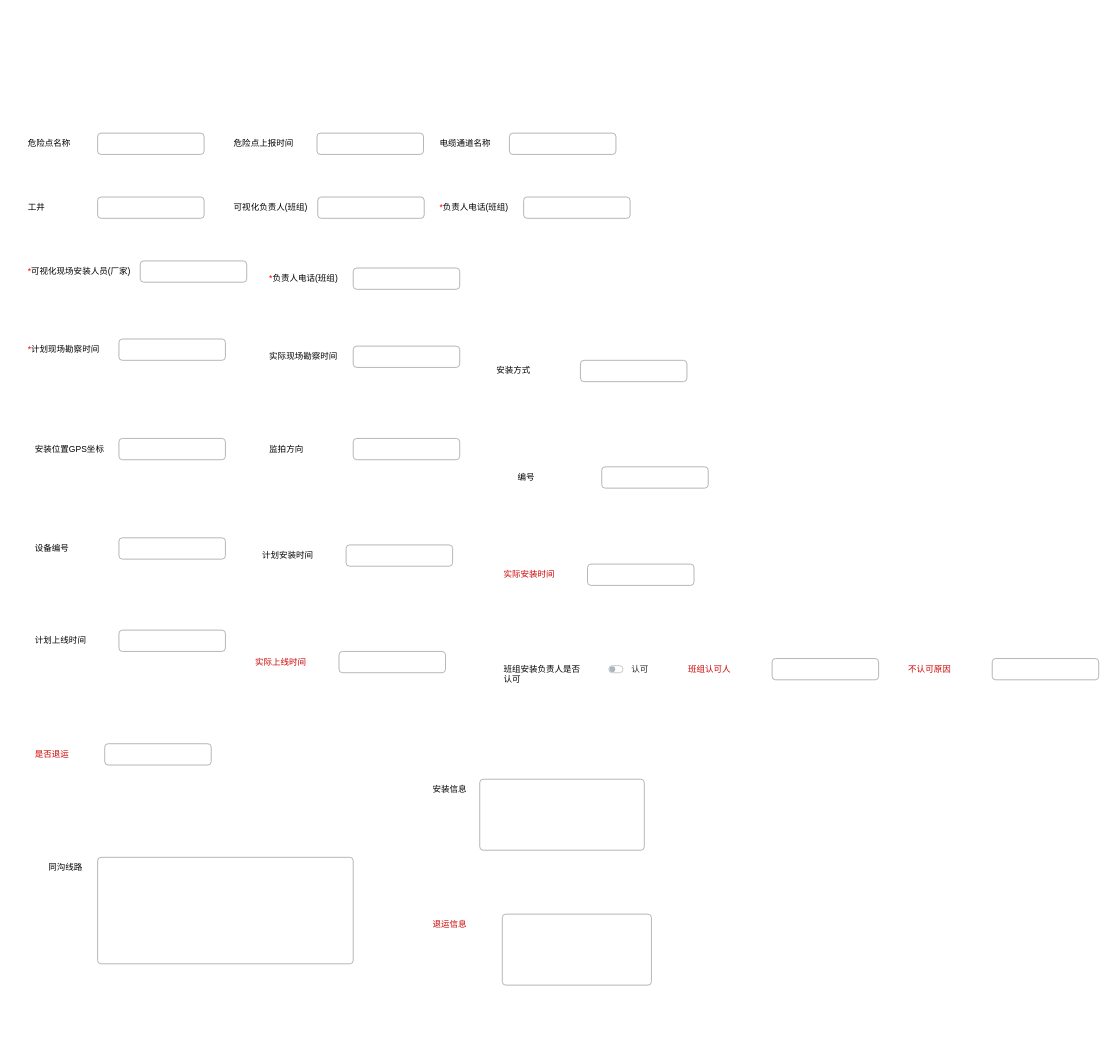
Earlier version of the draw.io diagram 济南电缆.drawio (zm52hz/test1). Source tidied: cells renumbered, new cells numbered last; positions are measured from the earlier drawing's top-left corner, leaving out a move shared by most shapes. Both pictures are drawn from the tidied source at 71%, with x=0, y=0 at pixel (26, 55).
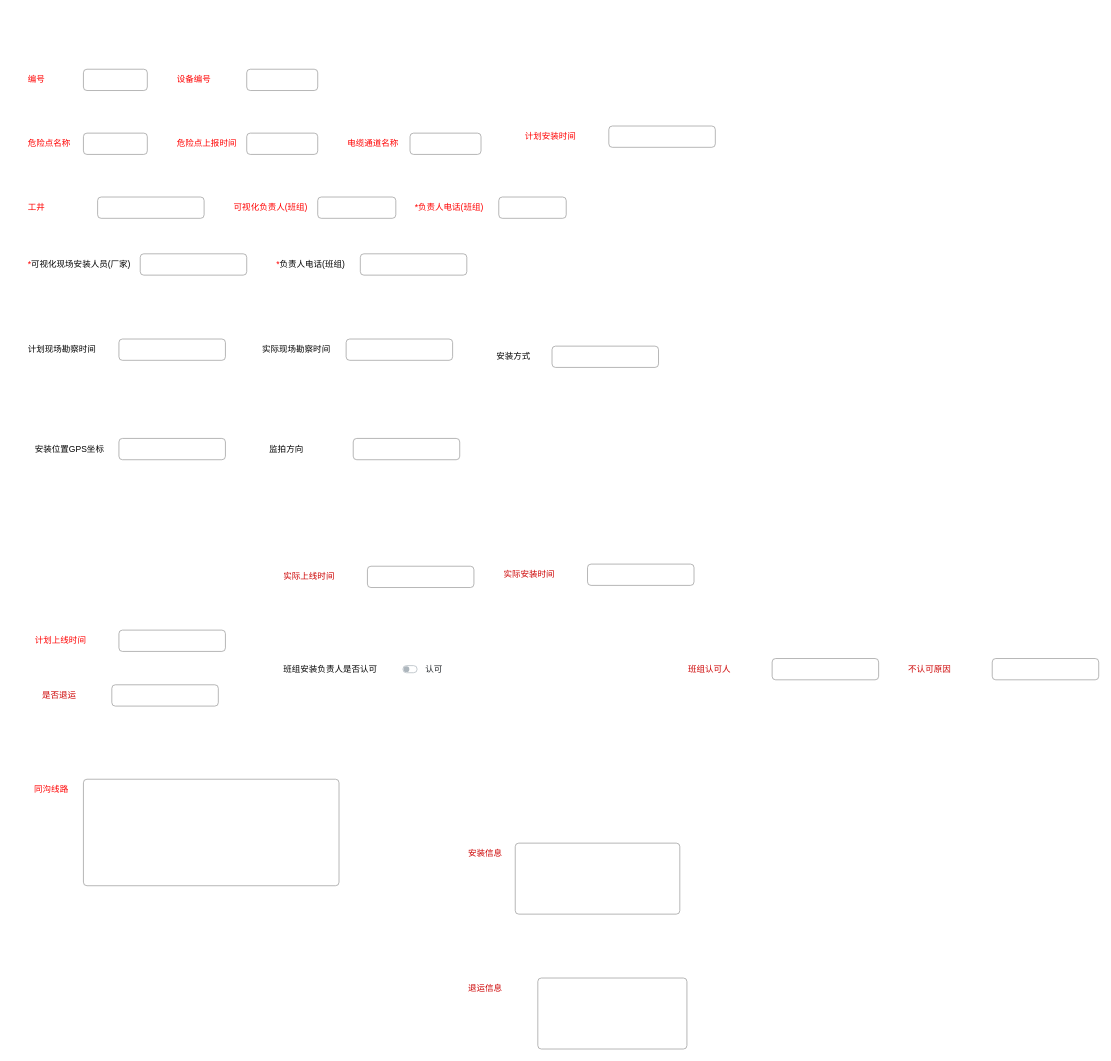
The same diagram, later.

Commit message (it also covers changes not shown here):
更新济南电缆.drawio

Unchanged cells that the change refers to:
```xml
<mxCell id="2" style="group;" parent="1" vertex="1">
  <mxGeometry y="90" width="180" height="140" as="geometry" />
</mxCell>
<mxCell id="11" style="group;" parent="1" vertex="1">
  <mxGeometry x="580" y="90" width="200" height="140" as="geometry" />
</mxCell>
<mxCell id="17" style="group;" parent="1" vertex="1">
  <mxGeometry x="290" width="199" height="140" as="geometry" />
</mxCell>
<mxCell id="20" style="group;" parent="1" vertex="1">
  <mxGeometry width="180" height="140" as="geometry" />
</mxCell>
<mxCell id="26" style="group;" parent="1" vertex="1">
  <mxGeometry x="570" y="910" width="300" height="210" as="geometry" />
</mxCell>
<mxCell id="58" style="group;" parent="1" vertex="1">
  <mxGeometry x="20" y="730" width="200" height="140" as="geometry" />
</mxCell>
<mxCell id="64" style="group;" parent="1" vertex="1">
  <mxGeometry x="680" y="777" width="200" height="140" as="geometry" />
</mxCell>
```

What changed in the source:
```diff
@@
-    <mxCell id="3" value="工井" style="text;html=1;strokeColor=none;fillColor=none;align=left;verticalAlign=middle;whiteSpace=wrap;rounded=0;" parent="2" vertex="1">
+    <mxCell id="3" value="工井" style="text;html=1;strokeColor=none;fillColor=none;align=left;verticalAlign=middle;whiteSpace=wrap;rounded=0;fontColor=#FF0000;" parent="2" vertex="1">
       <mxGeometry y="110" width="110" height="30" as="geometry" />
     </mxCell>
@@
     <mxCell id="5" style="group;" parent="1" vertex="1">
-      <mxGeometry x="290" y="90" width="200" height="140" as="geometry" />
+      <mxGeometry x="290" y="90" width="230" height="140" as="geometry" />
     </mxCell>
-    <mxCell id="6" value="可视化负责人(班组)" style="text;html=1;strokeColor=none;fillColor=none;align=left;verticalAlign=middle;whiteSpace=wrap;rounded=0;" parent="5" vertex="1">
+    <mxCell id="6" value="可视化负责人(班组)" style="text;html=1;strokeColor=none;fillColor=none;align=left;verticalAlign=middle;whiteSpace=wrap;rounded=0;fontColor=#FF0000;" parent="5" vertex="1">
       <mxGeometry y="110" width="110" height="30" as="geometry" />
     </mxCell>
     <mxCell id="7" style="html=1;shadow=0;dashed=0;shape=mxgraph.bootstrap.rrect;rSize=5;fillColor=none;strokeColor=#999999;align=left;spacing=15;fontSize=14;fontColor=#6C767D;" parent="5" vertex="1">
-      <mxGeometry x="120" y="110" width="150" height="30" as="geometry">
+      <mxGeometry x="120" y="110" width="110" height="30" as="geometry">
         <mxPoint x="-70" y="-110" as="offset" />
       </mxGeometry>
     </mxCell>
     <mxCell id="8" style="group;" parent="1" vertex="1">
-      <mxGeometry x="340" y="190" width="200" height="140" as="geometry" />
+      <mxGeometry x="350" y="170" width="200" height="140" as="geometry" />
     </mxCell>
@@
-    <mxCell id="12" value="&lt;font color=&quot;#ff0000&quot;&gt;*&lt;/font&gt;负责人电话(班组)" style="text;html=1;strokeColor=none;fillColor=none;align=left;verticalAlign=middle;whiteSpace=wrap;rounded=0;" parent="11" vertex="1">
-      <mxGeometry y="110" width="110" height="30" as="geometry" />
+    <mxCell id="12" value="&lt;font&gt;*&lt;/font&gt;负责人电话(班组)" style="text;html=1;strokeColor=none;fillColor=none;align=left;verticalAlign=middle;whiteSpace=wrap;rounded=0;fontColor=#FF0000;" parent="11" vertex="1">
+      <mxGeometry x="-35" y="110" width="110" height="30" as="geometry" />
     </mxCell>
     <mxCell id="13" style="html=1;shadow=0;dashed=0;shape=mxgraph.bootstrap.rrect;rSize=5;fillColor=none;strokeColor=#999999;align=left;spacing=15;fontSize=14;fontColor=#6C767D;" parent="11" vertex="1">
-      <mxGeometry x="120" y="110" width="150" height="30" as="geometry">
+      <mxGeometry x="85" y="110" width="95" height="30" as="geometry">
         <mxPoint x="-70" y="-110" as="offset" />
       </mxGeometry>
     </mxCell>
-    <mxCell id="14" style="group;" parent="1" vertex="1">
-      <mxGeometry x="580" width="180" height="140" as="geometry" />
-    </mxCell>
-    <mxCell id="15" value="电缆通道名称" style="text;html=1;strokeColor=none;fillColor=none;align=left;verticalAlign=middle;whiteSpace=wrap;rounded=0;" parent="14" vertex="1">
-      <mxGeometry y="110" width="110" height="30" as="geometry" />
-    </mxCell>
-    <mxCell id="16" style="html=1;shadow=0;dashed=0;shape=mxgraph.bootstrap.rrect;rSize=5;fillColor=none;strokeColor=#999999;align=left;spacing=15;fontSize=14;fontColor=#6C767D;" parent="14" vertex="1">
-      <mxGeometry x="100" y="110" width="150" height="30" as="geometry">
+    <mxCell id="16" style="html=1;shadow=0;dashed=0;shape=mxgraph.bootstrap.rrect;rSize=5;fillColor=none;strokeColor=#999999;align=left;spacing=15;fontSize=14;fontColor=#6C767D;" parent="11" vertex="1">
+      <mxGeometry x="-40" y="20" width="100" height="30" as="geometry">
         <mxPoint x="-70" y="-110" as="offset" />
       </mxGeometry>
     </mxCell>
@@
-    <mxCell id="18" value="危险点上报时间" style="text;html=1;strokeColor=none;fillColor=none;align=left;verticalAlign=middle;whiteSpace=wrap;rounded=0;" parent="17" vertex="1">
-      <mxGeometry y="110" width="110" height="30" as="geometry" />
-    </mxCell>
     <mxCell id="19" style="html=1;shadow=0;dashed=0;shape=mxgraph.bootstrap.rrect;rSize=5;fillColor=none;strokeColor=#999999;align=left;spacing=15;fontSize=14;fontColor=#6C767D;" parent="17" vertex="1">
-      <mxGeometry x="119" y="110" width="150" height="30" as="geometry">
+      <mxGeometry x="20" y="110" width="100" height="30" as="geometry">
         <mxPoint x="-70" y="-110" as="offset" />
       </mxGeometry>
     </mxCell>
+    <mxCell id="44" style="group;" parent="17" vertex="1">
+      <mxGeometry x="-70" y="-60" width="200" height="140" as="geometry" />
+    </mxCell>
+    <mxCell id="45" value="设备编号" style="text;html=1;strokeColor=none;fillColor=none;align=left;verticalAlign=middle;whiteSpace=wrap;rounded=0;fontColor=#FF0000;" parent="44" vertex="1">
+      <mxGeometry x="-10" y="80" width="110" height="30" as="geometry" />
+    </mxCell>
+    <mxCell id="46" style="html=1;shadow=0;dashed=0;shape=mxgraph.bootstrap.rrect;rSize=5;fillColor=none;strokeColor=#999999;align=left;spacing=15;fontSize=14;fontColor=#6C767D;" parent="44" vertex="1">
+      <mxGeometry x="90" y="80" width="100" height="30" as="geometry">
+        <mxPoint x="-70" y="-110" as="offset" />
+      </mxGeometry>
+    </mxCell>
@@
-    <mxCell id="21" value="危险点名称" style="text;html=1;strokeColor=none;fillColor=none;align=left;verticalAlign=middle;whiteSpace=wrap;rounded=0;" parent="20" vertex="1">
+    <mxCell id="21" value="&lt;font color=&quot;#ff0000&quot;&gt;危险点名称&lt;/font&gt;" style="text;html=1;strokeColor=none;fillColor=none;align=left;verticalAlign=middle;whiteSpace=wrap;rounded=0;" parent="20" vertex="1">
       <mxGeometry y="110" width="110" height="30" as="geometry" />
     </mxCell>
     <mxCell id="22" value="&lt;br&gt;" style="html=1;shadow=0;dashed=0;shape=mxgraph.bootstrap.rrect;rSize=5;fillColor=none;strokeColor=#999999;align=left;spacing=15;fontSize=14;fontColor=#6C767D;" parent="20" vertex="1">
-      <mxGeometry x="100" y="110" width="150" height="30" as="geometry">
+      <mxGeometry x="80" y="110" width="90" height="30" as="geometry">
         <mxPoint x="-70" y="-110" as="offset" />
       </mxGeometry>
     </mxCell>
     <mxCell id="23" style="group;" parent="1" vertex="1">
-      <mxGeometry y="180" width="240" height="140" as="geometry" />
+      <mxGeometry x="700" y="30" width="270" height="140" as="geometry" />
     </mxCell>
-    <mxCell id="24" value="&lt;font color=&quot;#ff0000&quot;&gt;*&lt;/font&gt;可视化现场安装人员(厂家)" style="text;html=1;strokeColor=none;fillColor=none;align=left;verticalAlign=middle;whiteSpace=wrap;rounded=0;" parent="23" vertex="1">
-      <mxGeometry y="110" width="150" height="30" as="geometry" />
-    </mxCell>
-    <mxCell id="25" style="html=1;shadow=0;dashed=0;shape=mxgraph.bootstrap.rrect;rSize=5;fillColor=none;strokeColor=#999999;align=left;spacing=15;fontSize=14;fontColor=#6C767D;" parent="23" vertex="1">
-      <mxGeometry x="160" y="110" width="150" height="30" as="geometry">
-        <mxPoint x="-70" y="-110" as="offset" />
-      </mxGeometry>
-    </mxCell>
+    <mxCell id="51" value="计划安装时间" style="text;html=1;strokeColor=none;fillColor=none;align=left;verticalAlign=middle;whiteSpace=wrap;rounded=0;fontColor=#FF0000;" parent="23" vertex="1">
+      <mxGeometry y="70" width="110" height="30" as="geometry" />
+    </mxCell>
+    <mxCell id="52" style="html=1;shadow=0;dashed=0;shape=mxgraph.bootstrap.rrect;rSize=5;fillColor=none;strokeColor=#999999;align=left;spacing=15;fontSize=14;fontColor=#6C767D;" parent="23" vertex="1">
+      <mxGeometry x="120" y="70" width="150" height="30" as="geometry">
+        <mxPoint x="-70" y="-110" as="offset" />
+      </mxGeometry>
+    </mxCell>
@@
-    <mxCell id="27" value="安装信息" style="text;html=1;strokeColor=none;fillColor=none;align=left;verticalAlign=middle;whiteSpace=wrap;rounded=0;" parent="26" vertex="1">
-      <mxGeometry y="110" width="62.6" height="30" as="geometry" />
+    <mxCell id="27" value="安装信息" style="text;html=1;strokeColor=none;fillColor=none;align=left;verticalAlign=middle;whiteSpace=wrap;rounded=0;fontColor=#CC0000;" parent="26" vertex="1">
+      <mxGeometry x="50" y="200" width="62.6" height="30" as="geometry" />
     </mxCell>
     <mxCell id="28" style="html=1;shadow=0;dashed=0;shape=mxgraph.bootstrap.rrect;rSize=5;fillColor=none;strokeColor=#999999;align=left;spacing=15;fontSize=14;fontColor=#6C767D;" parent="26" vertex="1">
-      <mxGeometry x="68.2" y="110" width="231.8" height="100" as="geometry">
+      <mxGeometry x="118.2" y="200" width="231.8" height="100" as="geometry">
         <mxPoint x="-70" y="-110" as="offset" />
       </mxGeometry>
     </mxCell>
     <mxCell id="29" style="group;" parent="1" vertex="1">
-      <mxGeometry x="10" y="290" width="200" height="140" as="geometry" />
+      <mxGeometry x="10" y="290" width="270" height="140" as="geometry" />
     </mxCell>
-    <mxCell id="30" value="&lt;font color=&quot;#ff0000&quot;&gt;*&lt;/font&gt;计划现场勘察时间" style="text;html=1;strokeColor=none;fillColor=none;align=left;verticalAlign=middle;whiteSpace=wrap;rounded=0;" parent="29" vertex="1">
+    <mxCell id="30" value="计划现场勘察时间" style="text;html=1;strokeColor=none;fillColor=none;align=left;verticalAlign=middle;whiteSpace=wrap;rounded=0;" parent="29" vertex="1">
       <mxGeometry x="-10" y="110" width="110" height="30" as="geometry" />
     </mxCell>
@@
+    <mxCell id="77" style="group;" parent="29" vertex="1">
+      <mxGeometry x="-10" y="-120" width="240" height="140" as="geometry" />
+    </mxCell>
+    <mxCell id="24" value="&lt;font color=&quot;#ff0000&quot;&gt;*&lt;/font&gt;可视化现场安装人员(厂家)" style="text;html=1;strokeColor=none;fillColor=none;align=left;verticalAlign=middle;whiteSpace=wrap;rounded=0;" parent="77" vertex="1">
+      <mxGeometry y="110" width="150" height="30" as="geometry" />
+    </mxCell>
+    <mxCell id="25" style="html=1;shadow=0;dashed=0;shape=mxgraph.bootstrap.rrect;rSize=5;fillColor=none;strokeColor=#999999;align=left;spacing=15;fontSize=14;fontColor=#6C767D;" parent="77" vertex="1">
+      <mxGeometry x="160" y="110" width="150" height="30" as="geometry">
+        <mxPoint x="-70" y="-110" as="offset" />
+      </mxGeometry>
+    </mxCell>
     <mxCell id="32" style="group;" parent="1" vertex="1">
-      <mxGeometry x="340" y="300" width="200" height="140" as="geometry" />
+      <mxGeometry x="330" y="290" width="200" height="140" as="geometry" />
     </mxCell>
@@
     <mxCell id="41" style="group;" parent="1" vertex="1">
-      <mxGeometry x="670" y="350" width="200" height="140" as="geometry" />
+      <mxGeometry x="670" y="330" width="200" height="140" as="geometry" />
     </mxCell>
@@
     <mxCell id="43" style="html=1;shadow=0;dashed=0;shape=mxgraph.bootstrap.rrect;rSize=5;fillColor=none;strokeColor=#999999;align=left;spacing=15;fontSize=14;fontColor=#6C767D;" parent="41" vertex="1">
-      <mxGeometry x="110" y="80" width="150" height="30" as="geometry">
+      <mxGeometry x="70" y="80" width="150" height="30" as="geometry">
         <mxPoint x="-70" y="-110" as="offset" />
       </mxGeometry>
     </mxCell>
-    <mxCell id="44" style="group;" parent="1" vertex="1">
-      <mxGeometry x="20" y="600" width="200" height="140" as="geometry" />
-    </mxCell>
-    <mxCell id="45" value="设备编号" style="text;html=1;strokeColor=none;fillColor=none;align=left;verticalAlign=middle;whiteSpace=wrap;rounded=0;" parent="44" vertex="1">
-      <mxGeometry x="-10" y="80" width="110" height="30" as="geometry" />
-    </mxCell>
-    <mxCell id="46" style="html=1;shadow=0;dashed=0;shape=mxgraph.bootstrap.rrect;rSize=5;fillColor=none;strokeColor=#999999;align=left;spacing=15;fontSize=14;fontColor=#6C767D;" parent="44" vertex="1">
-      <mxGeometry x="110" y="80" width="150" height="30" as="geometry">
-        <mxPoint x="-70" y="-110" as="offset" />
-      </mxGeometry>
-    </mxCell>
@@
-    <mxCell id="50" style="group;" parent="1" vertex="1">
-      <mxGeometry x="340" y="610" width="200" height="140" as="geometry" />
-    </mxCell>
-    <mxCell id="51" value="计划安装时间" style="text;html=1;strokeColor=none;fillColor=none;align=left;verticalAlign=middle;whiteSpace=wrap;rounded=0;" parent="50" vertex="1">
-      <mxGeometry x="-10" y="80" width="110" height="30" as="geometry" />
-    </mxCell>
-    <mxCell id="52" style="html=1;shadow=0;dashed=0;shape=mxgraph.bootstrap.rrect;rSize=5;fillColor=none;strokeColor=#999999;align=left;spacing=15;fontSize=14;fontColor=#6C767D;" parent="50" vertex="1">
-      <mxGeometry x="110" y="80" width="150" height="30" as="geometry">
-        <mxPoint x="-70" y="-110" as="offset" />
-      </mxGeometry>
-    </mxCell>
-    <mxCell id="53" style="group;" parent="1" vertex="1">
-      <mxGeometry x="700" y="500" width="200" height="140" as="geometry" />
-    </mxCell>
-    <mxCell id="54" value="编号" style="text;html=1;strokeColor=none;fillColor=none;align=left;verticalAlign=middle;whiteSpace=wrap;rounded=0;" parent="53" vertex="1">
-      <mxGeometry x="-10" y="80" width="110" height="30" as="geometry" />
-    </mxCell>
-    <mxCell id="55" style="html=1;shadow=0;dashed=0;shape=mxgraph.bootstrap.rrect;rSize=5;fillColor=none;strokeColor=#999999;align=left;spacing=15;fontSize=14;fontColor=#6C767D;" parent="53" vertex="1">
-      <mxGeometry x="110" y="80" width="150" height="30" as="geometry">
-        <mxPoint x="-70" y="-110" as="offset" />
-      </mxGeometry>
-    </mxCell>
-    <mxCell id="56" value="同沟线路" style="text;html=1;strokeColor=none;fillColor=none;align=center;verticalAlign=middle;whiteSpace=wrap;rounded=0;" parent="1" vertex="1">
-      <mxGeometry y="1130" width="110" height="30" as="geometry" />
-    </mxCell>
-    <mxCell id="57" style="html=1;shadow=0;dashed=0;shape=mxgraph.bootstrap.rrect;rSize=5;fillColor=none;strokeColor=#999999;align=left;spacing=15;fontSize=14;fontColor=#6C767D;" parent="1" vertex="1">
-      <mxGeometry x="100" y="1130" width="360" height="150" as="geometry">
-        <mxPoint x="-70" y="-110" as="offset" />
-      </mxGeometry>
-    </mxCell>
@@
-    <mxCell id="59" value="计划上线时间" style="text;html=1;strokeColor=none;fillColor=none;align=left;verticalAlign=middle;whiteSpace=wrap;rounded=0;" parent="58" vertex="1">
+    <mxCell id="59" value="计划上线时间" style="text;html=1;strokeColor=none;fillColor=none;align=left;verticalAlign=middle;whiteSpace=wrap;rounded=0;fontColor=#FF0000;" parent="58" vertex="1">
       <mxGeometry x="-10" y="80" width="110" height="30" as="geometry" />
     </mxCell>
@@
     <mxCell id="61" style="group;" parent="1" vertex="1">
-      <mxGeometry x="330" y="760" width="200" height="140" as="geometry" />
+      <mxGeometry x="370" y="640" width="200" height="140" as="geometry" />
     </mxCell>
@@
     <mxCell id="65" style="group;" parent="64" vertex="1">
-      <mxGeometry x="-10" y="80" width="170" height="30" as="geometry" />
+      <mxGeometry x="-320" y="73" width="170" height="30" as="geometry" />
     </mxCell>
     <mxCell id="66" value="班组安装负责人是否认可" style="text;html=1;strokeColor=none;fillColor=none;align=left;verticalAlign=middle;whiteSpace=wrap;rounded=0;" parent="65" vertex="1">
-      <mxGeometry width="110" height="30" as="geometry" />
+      <mxGeometry width="150" height="30" as="geometry" />
     </mxCell>
-    <mxCell id="67" value="认可" style="html=1;shadow=0;dashed=0;shape=mxgraph.bootstrap.switch;strokeColor=#ADB6BD;strokeWidth=1;fillColor=#ffffff;fontColor=#212529;onStrokeColor=#ffffff;onFillColor=#0085FC;align=left;verticalAlign=middle;spacingLeft=10;labelPosition=right;verticalLabelPosition=middle;buttonState=0;sketch=0;" parent="65" vertex="1">
-      <mxGeometry x="150" y="3" width="20" height="10" as="geometry" />
-    </mxCell>
@@
     <mxCell id="72" value="&lt;font color=&quot;#cc0000&quot;&gt;是否退运&lt;/font&gt;" style="text;html=1;strokeColor=none;fillColor=none;align=left;verticalAlign=middle;whiteSpace=wrap;rounded=0;" parent="1" vertex="1">
-      <mxGeometry x="10" y="970" width="110" height="30" as="geometry" />
+      <mxGeometry x="20" y="887" width="110" height="30" as="geometry" />
     </mxCell>
     <mxCell id="73" style="html=1;shadow=0;dashed=0;shape=mxgraph.bootstrap.rrect;rSize=5;fillColor=none;strokeColor=#999999;align=left;spacing=15;fontSize=14;fontColor=#6C767D;" parent="1" vertex="1">
-      <mxGeometry x="110" y="970" width="150" height="30" as="geometry">
+      <mxGeometry x="120" y="887" width="150" height="30" as="geometry">
         <mxPoint x="-70" y="-110" as="offset" />
       </mxGeometry>
     </mxCell>
     <mxCell id="74" style="group;" parent="1" vertex="1">
-      <mxGeometry x="570" y="1100" width="310" height="210" as="geometry" />
+      <mxGeometry x="620" y="1190" width="310" height="210" as="geometry" />
     </mxCell>
@@
+    <mxCell id="53" style="group;" parent="1" vertex="1">
+      <mxGeometry x="10" y="-60" width="200" height="140" as="geometry" />
+    </mxCell>
+    <mxCell id="54" value="编号" style="text;html=1;strokeColor=none;fillColor=none;align=left;verticalAlign=middle;whiteSpace=wrap;rounded=0;fontColor=#FF0000;" parent="53" vertex="1">
+      <mxGeometry x="-10" y="80" width="110" height="30" as="geometry" />
+    </mxCell>
+    <mxCell id="55" style="html=1;shadow=0;dashed=0;shape=mxgraph.bootstrap.rrect;rSize=5;fillColor=none;strokeColor=#999999;align=left;spacing=15;fontSize=14;fontColor=#6C767D;" parent="53" vertex="1">
+      <mxGeometry x="70" y="80" width="90" height="30" as="geometry">
+        <mxPoint x="-70" y="-110" as="offset" />
+      </mxGeometry>
+    </mxCell>
+    <mxCell id="18" value="&lt;font color=&quot;#ff0000&quot;&gt;危险点上报时间&lt;/font&gt;" style="text;html=1;strokeColor=none;fillColor=none;align=left;verticalAlign=middle;whiteSpace=wrap;rounded=0;" parent="1" vertex="1">
+      <mxGeometry x="210" y="110" width="110" height="30" as="geometry" />
+    </mxCell>
+    <mxCell id="67" value="认可" style="html=1;shadow=0;dashed=0;shape=mxgraph.bootstrap.switch;strokeColor=#ADB6BD;strokeWidth=1;fillColor=#ffffff;fontColor=#212529;onStrokeColor=#ffffff;onFillColor=#0085FC;align=left;verticalAlign=middle;spacingLeft=10;labelPosition=right;verticalLabelPosition=middle;buttonState=0;sketch=0;" parent="1" vertex="1">
+      <mxGeometry x="530" y="860" width="20" height="10" as="geometry" />
+    </mxCell>
+    <mxCell id="15" value="电缆通道名称" style="text;html=1;strokeColor=none;fillColor=none;align=left;verticalAlign=middle;whiteSpace=wrap;rounded=0;fontColor=#FF0000;" parent="1" vertex="1">
+      <mxGeometry x="450" y="110" width="110" height="30" as="geometry" />
+    </mxCell>
+    <mxCell id="78" style="group;" parent="1" vertex="1">
+      <mxGeometry x="-20" y="910" width="390" height="150" as="geometry" />
+    </mxCell>
+    <mxCell id="56" value="同沟线路" style="text;html=1;strokeColor=none;fillColor=none;align=center;verticalAlign=middle;whiteSpace=wrap;rounded=0;fontColor=#FF0000;" parent="78" vertex="1">
+      <mxGeometry y="110" width="110" height="30" as="geometry" />
+    </mxCell>
+    <mxCell id="57" style="html=1;shadow=0;dashed=0;shape=mxgraph.bootstrap.rrect;rSize=5;fillColor=none;strokeColor=#999999;align=left;spacing=15;fontSize=14;fontColor=#6C767D;" parent="78" vertex="1">
+      <mxGeometry x="100" y="110" width="360" height="150" as="geometry">
+        <mxPoint x="-70" y="-110" as="offset" />
+      </mxGeometry>
+    </mxCell>
```
